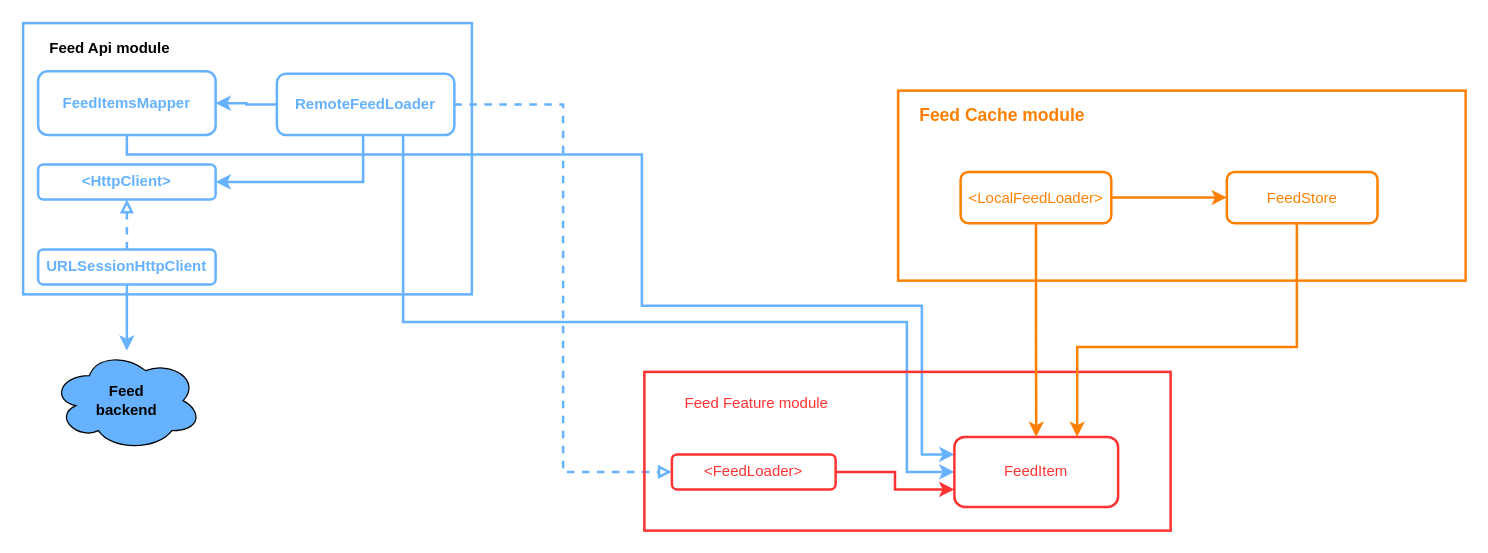
This is FeedAppDiagram.drawio from ispiryan/FeedApp, a draw.io file, before an edit. Source tidied: cells renumbered, new cells numbered last; positions are measured from the earlier drawing's top-left corner, leaving out a move shared by most shapes. Both pictures are drawn from the tidied source at 125%, with x=0, y=0 at pixel (22, 22).
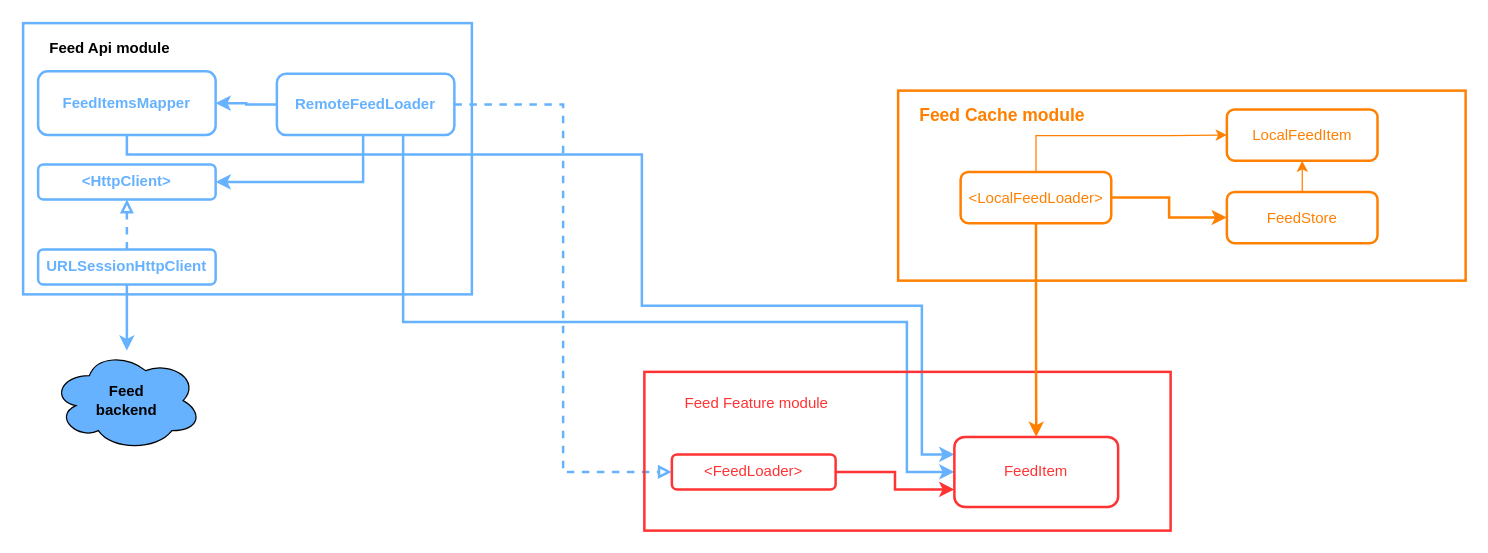
The same page after the edit.

Commit message (it also covers changes not shown here):
Update dependency duagram.

The change refers to these unchanged cells:
```xml
<mxCell id="20" value="FeedItem" style="rounded=1;whiteSpace=wrap;html=1;fontColor=#FF3333;strokeColor=#FF3333;strokeWidth=2;" parent="16" vertex="1">
  <mxGeometry x="248" y="52" width="131" height="56" as="geometry" />
</mxCell>
<mxCell id="23" style="group;" parent="22" vertex="1">
  <mxGeometry width="454" height="152" as="geometry" />
</mxCell>
<mxCell id="26" value="&amp;lt;LocalFeedLoader&amp;gt;" style="rounded=1;whiteSpace=wrap;html=1;strokeColor=#FF8000;strokeWidth=2;fontColor=#FF8000;fillColor=none;" parent="23" vertex="1">
  <mxGeometry x="50" y="65" width="120.5" height="41" as="geometry" />
</mxCell>
```

Change to the diagram source:
```diff
@@
+    <mxCell id="31" style="edgeStyle=orthogonalEdgeStyle;rounded=0;jettySize=auto;html=1;entryX=0;entryY=0.5;entryDx=0;entryDy=0;strokeColor=#FF8000;" parent="23" edge="1" source="26" target="33">
+      <mxGeometry relative="1" as="geometry">
+        <Array as="points">
+          <mxPoint x="110" y="36" />
+          <mxPoint x="217" y="36" />
+        </Array>
+      </mxGeometry>
+    </mxCell>
@@
+    <mxCell id="32" style="edgeStyle=orthogonalEdgeStyle;rounded=0;jettySize=auto;html=1;entryX=0.5;entryY=1;entryDx=0;entryDy=0;strokeColor=#FF8000;" parent="23" edge="1" source="27" target="33">
+      <mxGeometry relative="1" as="geometry" />
+    </mxCell>
     <mxCell id="27" value="FeedStore" style="rounded=1;whiteSpace=wrap;html=1;strokeColor=#FF8000;strokeWidth=2;fontColor=#FF8000;fillColor=none;" parent="23" vertex="1">
-      <mxGeometry x="263" y="65" width="120.5" height="41" as="geometry" />
+      <mxGeometry x="263" y="81" width="120.5" height="41" as="geometry" />
     </mxCell>
@@
+    <mxCell id="33" value="LocalFeedItem" style="rounded=1;whiteSpace=wrap;html=1;strokeColor=#FF8000;strokeWidth=2;fontColor=#FF8000;fillColor=none;" parent="23" vertex="1">
+      <mxGeometry x="263" y="15" width="120.5" height="41" as="geometry" />
+    </mxCell>
@@
-    <mxCell id="30" style="edgeStyle=orthogonalEdgeStyle;rounded=0;jettySize=auto;html=1;entryX=0.75;entryY=0;entryDx=0;entryDy=0;strokeColor=#FF8000;strokeWidth=2;fontSize=14;fontColor=#FF8000;" parent="1" edge="1" source="27" target="20">
-      <mxGeometry relative="1" as="geometry">
-        <Array as="points">
-          <mxPoint x="1019" y="259" />
-          <mxPoint x="843" y="259" />
-        </Array>
-      </mxGeometry>
-    </mxCell>
```
